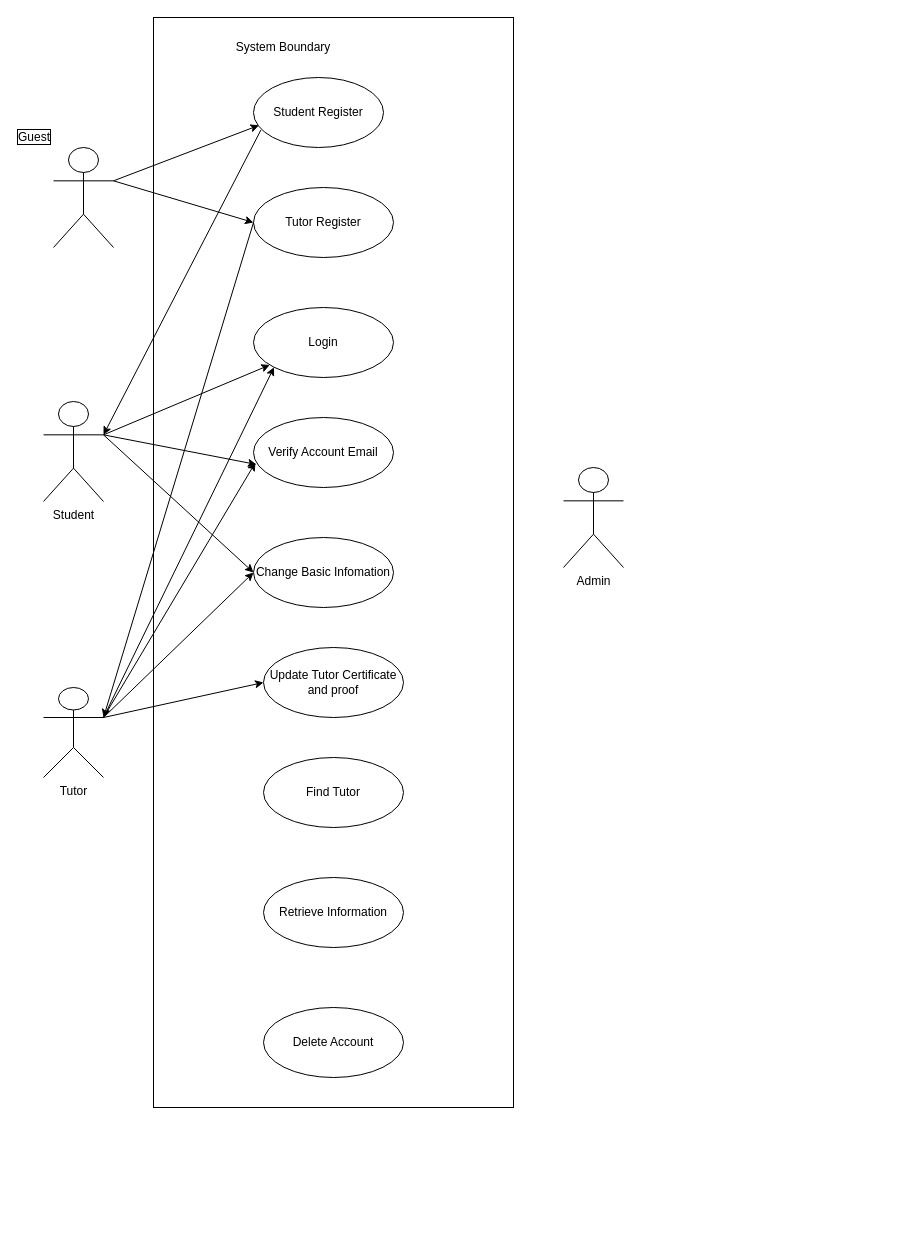
This is Untitled Diagram.drawio from thoadao0301/english-tutor, a draw.io file, before an edit. Source tidied: cells renumbered, new cells numbered last; positions are measured from the earlier drawing's top-left corner, leaving out a move shared by most shapes. Both pictures are drawn from the tidied source at 100%, with x=0, y=0 at pixel (43, 17).
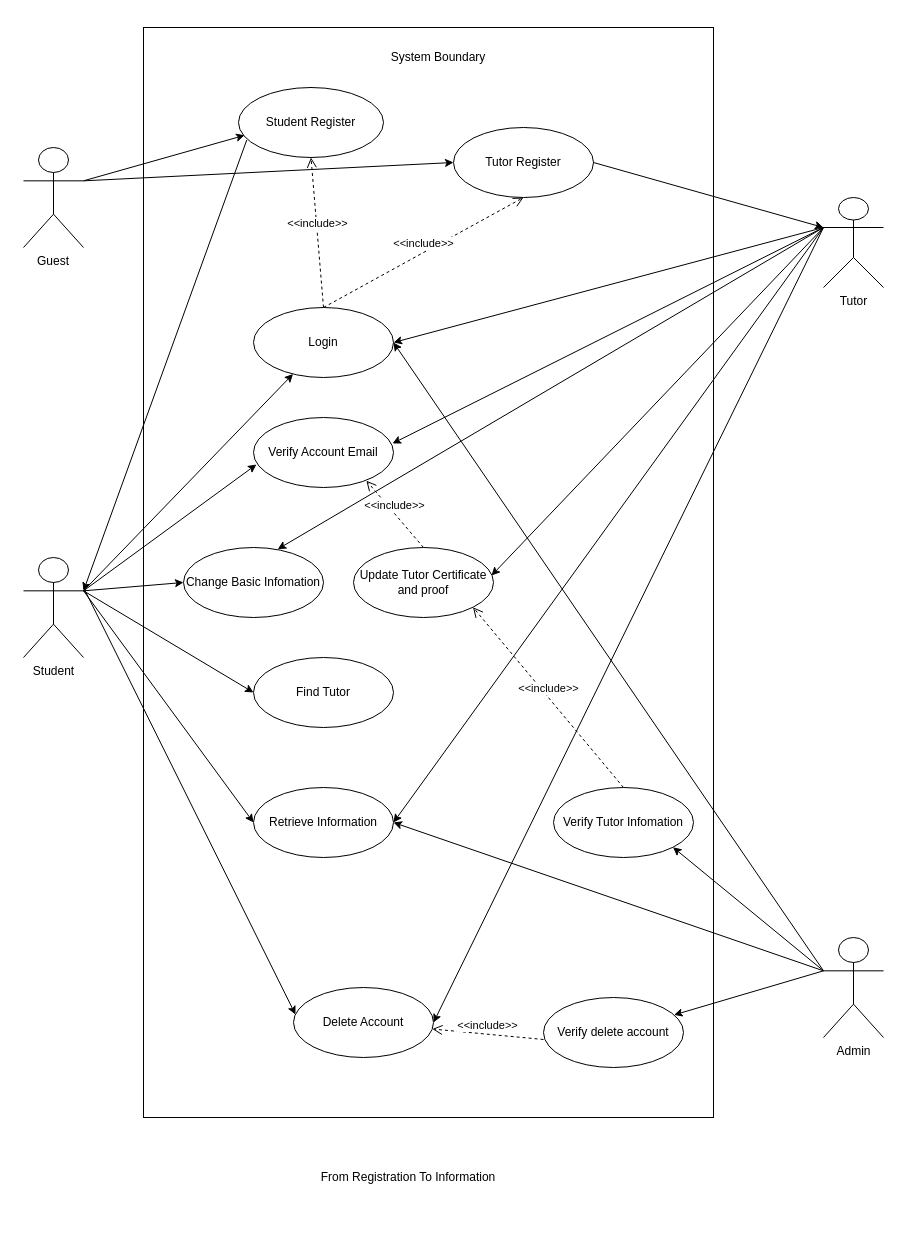
The same diagram, later.

The change refers to these unchanged cells:
```xml
<mxCell id="13" value="Login" style="ellipse;whiteSpace=wrap;html=1;glass=0;labelBackgroundColor=none;labelBorderColor=none;sketch=0;fontFamily=Helvetica;fillColor=none;" parent="1" vertex="1">
  <mxGeometry x="210" y="290" width="140" height="70" as="geometry" />
</mxCell>
<mxCell id="15" value="Verify Account Email" style="ellipse;whiteSpace=wrap;html=1;glass=0;labelBackgroundColor=none;labelBorderColor=none;sketch=0;fontFamily=Helvetica;fillColor=none;" parent="1" vertex="1">
  <mxGeometry x="210" y="400" width="140" height="70" as="geometry" />
</mxCell>
```

Diff of the diagram source:
```diff
@@
-    <mxCell id="2" value="Guest" style="shape=umlActor;verticalLabelPosition=top;verticalAlign=bottom;fontFamily=Helvetica;labelPosition=left;align=right;labelBackgroundColor=none;labelBorderColor=default;html=1;whiteSpace=wrap;" parent="1" vertex="1">
-      <mxGeometry x="10" y="130" width="60" height="100" as="geometry" />
+    <mxCell id="2" value="Guest" style="shape=umlActor;verticalLabelPosition=bottom;verticalAlign=top;fontFamily=Helvetica;labelPosition=center;align=center;labelBackgroundColor=none;labelBorderColor=none;html=1;whiteSpace=wrap;" parent="1" vertex="1">
+      <mxGeometry x="-20" y="130" width="60" height="100" as="geometry" />
     </mxCell>
     <mxCell id="3" value="System Boundary" style="text;html=1;strokeColor=none;fillColor=none;align=center;verticalAlign=middle;whiteSpace=wrap;rounded=0;glass=0;labelBackgroundColor=none;labelBorderColor=none;sketch=0;fontFamily=Helvetica;" parent="1" vertex="1">
-      <mxGeometry x="185" y="10" width="110" height="40" as="geometry" />
+      <mxGeometry x="340" y="20" width="110" height="40" as="geometry" />
     </mxCell>
     <mxCell id="4" style="rounded=0;whiteSpace=wrap;html=1;glass=0;labelBackgroundColor=none;labelBorderColor=none;sketch=0;fontFamily=Helvetica;fillColor=none;direction=south;" parent="1" vertex="1">
-      <mxGeometry x="110" width="360" height="1090" as="geometry" />
+      <mxGeometry x="100" y="10" width="570" height="1090" as="geometry" />
     </mxCell>
     <mxCell id="5" value="Student" style="shape=umlActor;verticalLabelPosition=bottom;verticalAlign=top;html=1;outlineConnect=0;glass=0;labelBackgroundColor=none;labelBorderColor=none;sketch=0;fontFamily=Helvetica;fillColor=none;" parent="1" vertex="1">
-      <mxGeometry y="384" width="60" height="100" as="geometry" />
+      <mxGeometry x="-20" y="540" width="60" height="100" as="geometry" />
     </mxCell>
-    <mxCell id="6" value="Tutor" style="shape=umlActor;verticalLabelPosition=bottom;verticalAlign=top;html=1;outlineConnect=0;glass=0;labelBackgroundColor=none;labelBorderColor=none;sketch=0;fontFamily=Helvetica;fillColor=none;" parent="1" vertex="1">
-      <mxGeometry y="670" width="60" height="90" as="geometry" />
+    <mxCell id="6" value="Tutor" style="shape=umlActor;verticalLabelPosition=bottom;verticalAlign=top;html=1;outlineConnect=0;glass=0;labelBackgroundColor=none;labelBorderColor=none;sketch=0;fontFamily=Helvetica;fillColor=none;direction=east;" parent="1" vertex="1">
+      <mxGeometry x="780" y="180" width="60" height="90" as="geometry" />
     </mxCell>
     <mxCell id="7" value="Student Register" style="ellipse;whiteSpace=wrap;html=1;glass=0;labelBackgroundColor=none;labelBorderColor=none;sketch=0;fontFamily=Helvetica;fillColor=none;" parent="1" vertex="1">
-      <mxGeometry x="210" y="60" width="130" height="70" as="geometry" />
+      <mxGeometry x="195" y="70" width="145" height="70" as="geometry" />
     </mxCell>
     <mxCell id="8" value="Tutor Register" style="ellipse;whiteSpace=wrap;html=1;glass=0;labelBackgroundColor=none;labelBorderColor=none;sketch=0;fontFamily=Helvetica;fillColor=none;" parent="1" vertex="1">
-      <mxGeometry x="210" y="170" width="140" height="70" as="geometry" />
+      <mxGeometry x="410" y="110" width="140" height="70" as="geometry" />
     </mxCell>
@@
-    <mxCell id="12" style="endArrow=classic;html=1;rounded=0;fontFamily=Helvetica;exitX=0;exitY=0.5;exitDx=0;exitDy=0;entryX=1;entryY=0.3333333333333333;entryDx=0;entryDy=0;entryPerimeter=0;" parent="1" edge="1" source="8" target="6">
+    <mxCell id="12" style="endArrow=classic;html=1;rounded=0;fontFamily=Helvetica;exitX=1;exitY=0.5;exitDx=0;exitDy=0;entryX=0;entryY=0.3333333333333333;entryDx=0;entryDy=0;entryPerimeter=0;" parent="1" edge="1" source="8" target="6">
       <mxGeometry relative="1" as="geometry" />
     </mxCell>
@@
     <mxCell id="14" value="Change Basic Infomation" style="ellipse;whiteSpace=wrap;html=1;glass=0;labelBackgroundColor=none;labelBorderColor=none;sketch=0;fontFamily=Helvetica;fillColor=none;" parent="1" vertex="1">
-      <mxGeometry x="210" y="520" width="140" height="70" as="geometry" />
+      <mxGeometry x="140" y="530" width="140" height="70" as="geometry" />
     </mxCell>
@@
     <mxCell id="16" value="Update Tutor Certificate and proof" style="ellipse;whiteSpace=wrap;html=1;glass=0;labelBackgroundColor=none;labelBorderColor=none;sketch=0;fontFamily=Helvetica;fillColor=none;" parent="1" vertex="1">
-      <mxGeometry x="220" y="630" width="140" height="70" as="geometry" />
+      <mxGeometry x="310" y="530" width="140" height="70" as="geometry" />
     </mxCell>
     <mxCell id="17" value="Find Tutor" style="ellipse;whiteSpace=wrap;html=1;glass=0;labelBackgroundColor=none;labelBorderColor=none;sketch=0;fontFamily=Helvetica;fillColor=none;" parent="1" vertex="1">
-      <mxGeometry x="220" y="740" width="140" height="70" as="geometry" />
+      <mxGeometry x="210" y="640" width="140" height="70" as="geometry" />
     </mxCell>
     <mxCell id="18" value="Retrieve Information" style="ellipse;whiteSpace=wrap;html=1;glass=0;labelBackgroundColor=none;labelBorderColor=none;sketch=0;fontFamily=Helvetica;fillColor=none;" parent="1" vertex="1">
-      <mxGeometry x="220" y="860" width="140" height="70" as="geometry" />
+      <mxGeometry x="210" y="770" width="140" height="70" as="geometry" />
     </mxCell>
     <mxCell id="19" value="Delete Account" style="ellipse;whiteSpace=wrap;html=1;glass=0;labelBackgroundColor=none;labelBorderColor=none;sketch=0;fontFamily=Helvetica;fillColor=none;" parent="1" vertex="1">
-      <mxGeometry x="220" y="990" width="140" height="70" as="geometry" />
+      <mxGeometry x="250" y="970" width="140" height="70" as="geometry" />
     </mxCell>
     <mxCell id="20" value="Admin" style="shape=umlActor;verticalLabelPosition=bottom;verticalAlign=top;html=1;outlineConnect=0;glass=0;labelBackgroundColor=none;labelBorderColor=none;sketch=0;fontFamily=Helvetica;fillColor=none;" parent="1" vertex="1">
-      <mxGeometry x="520" y="450" width="60" height="100" as="geometry" />
+      <mxGeometry x="780" y="920" width="60" height="100" as="geometry" />
     </mxCell>
@@
-    <mxCell id="22" style="endArrow=classic;html=1;rounded=0;fontFamily=Helvetica;exitX=1;exitY=0.3333333333333333;exitDx=0;exitDy=0;exitPerimeter=0;entryX=0;entryY=1;entryDx=0;entryDy=0;" parent="1" edge="1" source="6" target="13">
-      <mxGeometry relative="1" as="geometry" />
+    <mxCell id="22" style="endArrow=classic;html=1;rounded=0;fontFamily=Helvetica;exitX=0;exitY=0.3333333333333333;exitDx=0;exitDy=0;exitPerimeter=0;" parent="1" edge="1" source="6">
+      <mxGeometry relative="1" as="geometry">
+        <mxPoint x="350" y="325" as="targetPoint" />
+      </mxGeometry>
     </mxCell>
@@
-    <mxCell id="24" style="endArrow=classic;html=1;rounded=0;fontFamily=Helvetica;entryX=0.014;entryY=0.643;entryDx=0;entryDy=0;entryPerimeter=0;exitX=1;exitY=0.3333333333333333;exitDx=0;exitDy=0;exitPerimeter=0;" parent="1" edge="1" source="6" target="15">
+    <mxCell id="24" style="endArrow=classic;html=1;rounded=0;fontFamily=Helvetica;entryX=0.993;entryY=0.371;entryDx=0;entryDy=0;entryPerimeter=0;exitX=0;exitY=0.3333333333333333;exitDx=0;exitDy=0;exitPerimeter=0;" parent="1" edge="1" source="6" target="15">
       <mxGeometry relative="1" as="geometry" />
     </mxCell>
@@
-    <mxCell id="26" style="endArrow=classic;html=1;rounded=0;fontFamily=Helvetica;exitX=1;exitY=0.3333333333333333;exitDx=0;exitDy=0;exitPerimeter=0;entryX=0;entryY=0.5;entryDx=0;entryDy=0;" parent="1" edge="1" source="6" target="14">
-      <mxGeometry relative="1" as="geometry" />
+    <mxCell id="26" style="endArrow=classic;html=1;rounded=0;fontFamily=Helvetica;entryX=0.673;entryY=0.024;entryDx=0;entryDy=0;entryPerimeter=0;" parent="1" edge="1" target="14">
+      <mxGeometry relative="1" as="geometry">
+        <mxPoint x="780" y="210" as="sourcePoint" />
+      </mxGeometry>
     </mxCell>
-    <mxCell id="27" style="endArrow=classic;html=1;rounded=0;fontFamily=Helvetica;entryX=0;entryY=0.5;entryDx=0;entryDy=0;" parent="1" edge="1" target="16">
-      <mxGeometry relative="1" as="geometry">
-        <mxPoint x="60" y="700" as="sourcePoint" />
-      </mxGeometry>
+    <mxCell id="27" style="endArrow=classic;html=1;rounded=0;fontFamily=Helvetica;entryX=0.986;entryY=0.4;entryDx=0;entryDy=0;exitX=0;exitY=0.3333333333333333;exitDx=0;exitDy=0;exitPerimeter=0;entryPerimeter=0;" parent="1" edge="1" source="6" target="16">
+      <mxGeometry relative="1" as="geometry" />
     </mxCell>
+    <mxCell id="28" value="Verify Tutor Infomation" style="ellipse;whiteSpace=wrap;html=1;fillColor=none;" parent="1" vertex="1">
+      <mxGeometry x="510" y="770" width="140" height="70" as="geometry" />
+    </mxCell>
+    <mxCell id="29" style="endArrow=classic;html=1;rounded=0;exitX=1;exitY=0.3333333333333333;exitDx=0;exitDy=0;exitPerimeter=0;entryX=0;entryY=0.5;entryDx=0;entryDy=0;" parent="1" edge="1" source="5" target="17">
+      <mxGeometry relative="1" as="geometry" />
+    </mxCell>
+    <mxCell id="30" style="endArrow=classic;html=1;rounded=0;exitX=1;exitY=0.3333333333333333;exitDx=0;exitDy=0;exitPerimeter=0;entryX=0;entryY=0.5;entryDx=0;entryDy=0;" parent="1" edge="1" source="5" target="18">
+      <mxGeometry relative="1" as="geometry" />
+    </mxCell>
+    <mxCell id="31" style="endArrow=classic;html=1;rounded=0;entryX=0.014;entryY=0.386;entryDx=0;entryDy=0;entryPerimeter=0;" parent="1" edge="1" target="19">
+      <mxGeometry relative="1" as="geometry">
+        <mxPoint x="40" y="570" as="sourcePoint" />
+      </mxGeometry>
+    </mxCell>
+    <mxCell id="32" style="endArrow=classic;html=1;rounded=0;entryX=1;entryY=0.5;entryDx=0;entryDy=0;" parent="1" edge="1" target="19">
+      <mxGeometry relative="1" as="geometry">
+        <mxPoint x="780" y="210" as="sourcePoint" />
+      </mxGeometry>
+    </mxCell>
+    <mxCell id="33" value="Verify delete account" style="ellipse;whiteSpace=wrap;html=1;fillColor=none;" parent="1" vertex="1">
+      <mxGeometry x="500" y="980" width="140" height="70" as="geometry" />
+    </mxCell>
+    <mxCell id="34" style="endArrow=classic;html=1;rounded=0;exitX=0;exitY=0.3333333333333333;exitDx=0;exitDy=0;exitPerimeter=0;entryX=1;entryY=1;entryDx=0;entryDy=0;" parent="1" edge="1" source="20" target="28">
+      <mxGeometry relative="1" as="geometry" />
+    </mxCell>
+    <mxCell id="35" style="endArrow=classic;html=1;rounded=0;exitX=0;exitY=0.3333333333333333;exitDx=0;exitDy=0;exitPerimeter=0;entryX=1;entryY=0.5;entryDx=0;entryDy=0;" parent="1" edge="1" source="20" target="18">
+      <mxGeometry relative="1" as="geometry" />
+    </mxCell>
+    <mxCell id="36" style="endArrow=classic;html=1;rounded=0;exitX=0;exitY=0.3333333333333333;exitDx=0;exitDy=0;exitPerimeter=0;" parent="1" edge="1" source="20" target="33">
+      <mxGeometry relative="1" as="geometry" />
+    </mxCell>
+    <mxCell id="37" style="endArrow=classic;html=1;rounded=0;exitX=0;exitY=0.3333333333333333;exitDx=0;exitDy=0;exitPerimeter=0;entryX=1;entryY=0.5;entryDx=0;entryDy=0;" parent="1" edge="1" source="20" target="13">
+      <mxGeometry relative="1" as="geometry" />
+    </mxCell>
+    <mxCell id="38" value="&amp;lt;&amp;lt;include&amp;gt;&amp;gt;" style="html=1;verticalAlign=bottom;endArrow=open;dashed=1;endSize=8;rounded=0;exitX=0.5;exitY=0;exitDx=0;exitDy=0;entryX=0.5;entryY=1;entryDx=0;entryDy=0;" parent="1" edge="1" source="13" target="8">
+      <mxGeometry relative="1" as="geometry" />
+    </mxCell>
+    <mxCell id="39" value="&amp;lt;&amp;lt;include&amp;gt;&amp;gt;" style="html=1;verticalAlign=bottom;endArrow=open;dashed=1;endSize=8;rounded=0;entryX=0.806;entryY=0.902;entryDx=0;entryDy=0;entryPerimeter=0;" parent="1" edge="1" target="15">
+      <mxGeometry relative="1" as="geometry">
+        <mxPoint x="380" y="530" as="sourcePoint" />
+      </mxGeometry>
+    </mxCell>
+    <mxCell id="40" value="&amp;lt;&amp;lt;include&amp;gt;&amp;gt;" style="html=1;verticalAlign=bottom;endArrow=open;dashed=1;endSize=8;rounded=0;exitX=0.5;exitY=0;exitDx=0;exitDy=0;entryX=1;entryY=1;entryDx=0;entryDy=0;" parent="1" edge="1" source="28" target="16">
+      <mxGeometry relative="1" as="geometry" />
+    </mxCell>
+    <mxCell id="41" value="&amp;lt;&amp;lt;include&amp;gt;&amp;gt;" style="html=1;verticalAlign=bottom;endArrow=open;dashed=1;endSize=8;rounded=0;exitX=0;exitY=0.6;exitDx=0;exitDy=0;exitPerimeter=0;" parent="1" edge="1" source="33" target="19">
+      <mxGeometry relative="1" as="geometry" />
+    </mxCell>
+    <mxCell id="42" style="endArrow=classic;html=1;rounded=0;entryX=1;entryY=0.5;entryDx=0;entryDy=0;" parent="1" edge="1" target="18">
+      <mxGeometry relative="1" as="geometry">
+        <mxPoint x="780" y="210" as="sourcePoint" />
+      </mxGeometry>
+    </mxCell>
+    <mxCell id="43" value="&amp;lt;&amp;lt;include&amp;gt;&amp;gt;" style="html=1;verticalAlign=bottom;endArrow=open;dashed=1;endSize=8;rounded=0;exitX=0.5;exitY=0;exitDx=0;exitDy=0;entryX=0.5;entryY=1;entryDx=0;entryDy=0;" parent="1" edge="1" source="13" target="7">
+      <mxGeometry relative="1" as="geometry" />
+    </mxCell>
+    <mxCell id="44" value="From Registration To Information" style="text;html=1;strokeColor=none;fillColor=none;align=center;verticalAlign=middle;whiteSpace=wrap;rounded=0;labelBorderColor=none;" parent="1" vertex="1">
+      <mxGeometry x="180" y="1120" width="370" height="80" as="geometry" />
+    </mxCell>
```
